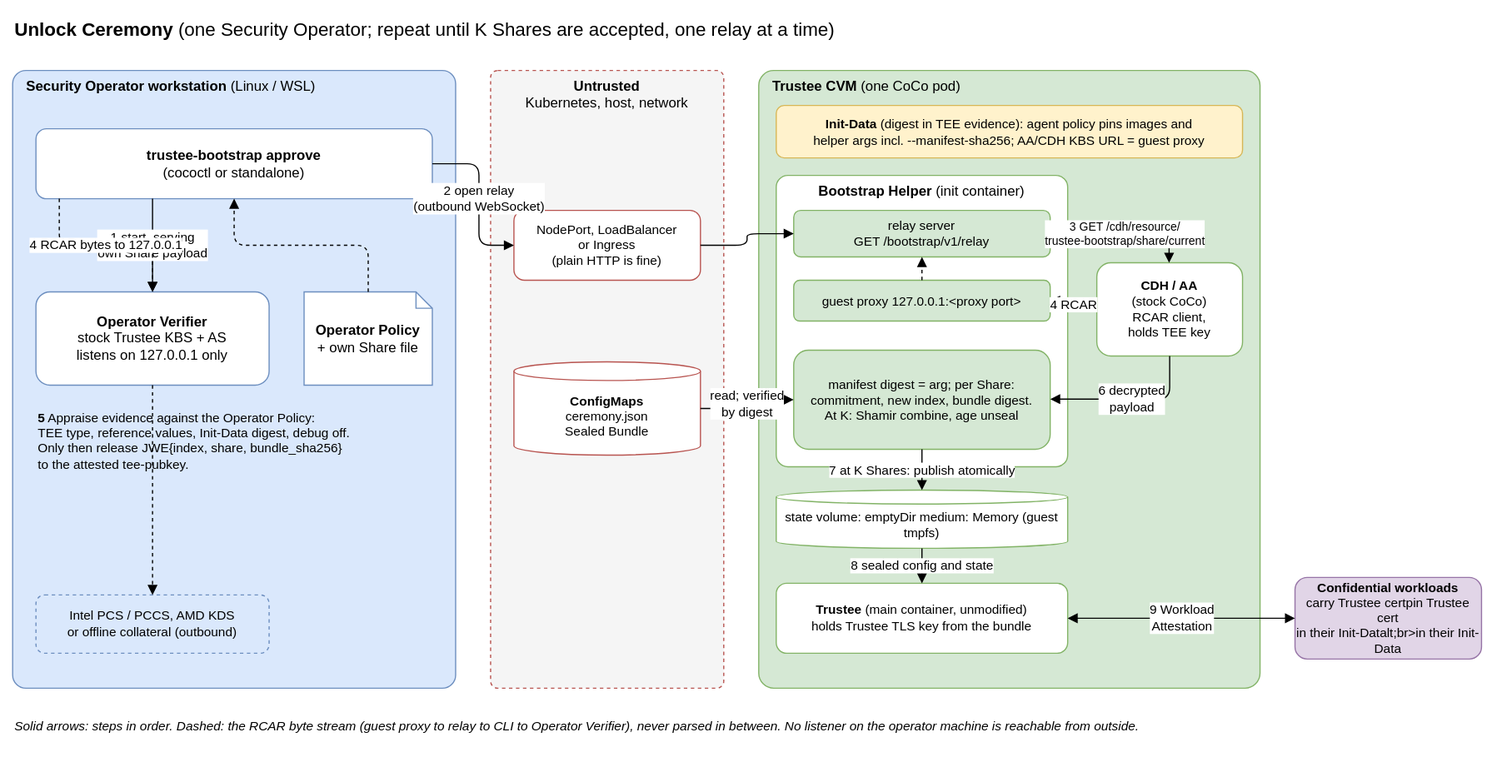
Above: docs/diagrams/unlock-ceremony.drawio.svg in bpradipt/trustee-bootstrap (draw.io), before the change. Source tidied: cells renumbered, new cells last; positions are measured from the earlier drawing's top-left corner, leaving out a move shared by most shapes.
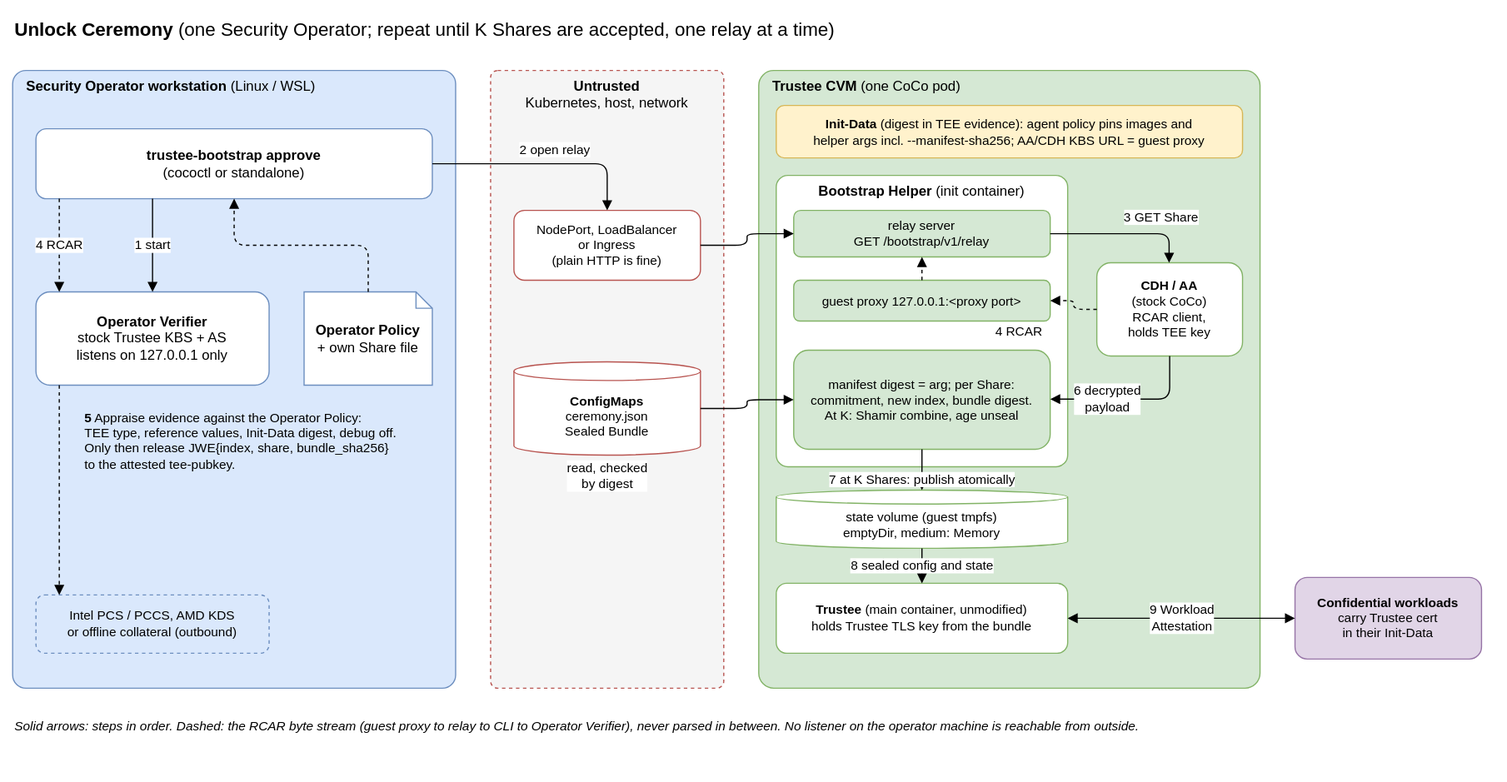
After the commit.

Commit message:
Stop step labels overlapping in the Unlock Ceremony diagram

Diff of the diagram source:
```diff
@@ -18,7 +18,7 @@
       <mxGeometry x="250" y="240" width="110" height="80" as="geometry" />
     </mxCell>
     <mxCell id="7" value="&lt;b&gt;5&lt;/b&gt; Appraise evidence against the Operator Policy:&lt;br&gt;TEE type, reference values, Init-Data digest, debug off.&lt;br&gt;Only then release JWE{index, share, bundle_sha256}&lt;br&gt;to the attested tee-pubkey." style="text;html=1;align=left;verticalAlign=top;whiteSpace=wrap;fontSize=11;" parent="1" vertex="1">
-      <mxGeometry x="20" y="335" width="340" height="75" as="geometry" />
+      <mxGeometry x="60" y="335" width="300" height="80" as="geometry" />
     </mxCell>
     <mxCell id="8" value="Intel PCS / PCCS, AMD KDS&lt;br&gt;or offline collateral (outbound)" style="rounded=1;dashed=1;whiteSpace=wrap;html=1;fillColor=none;strokeColor=#6c8ebf;fontSize=11;" parent="1" vertex="1">
       <mxGeometry x="20" y="500" width="200" height="50" as="geometry" />
@@ -53,19 +53,19 @@
     <mxCell id="18" value="&lt;b&gt;CDH / AA&lt;/b&gt;&lt;br&gt;(stock CoCo)&lt;br&gt;RCAR client,&lt;br&gt;holds TEE key" style="rounded=1;whiteSpace=wrap;html=1;fillColor=#ffffff;strokeColor=#82b366;fontSize=11;" parent="1" vertex="1">
       <mxGeometry x="930" y="215" width="125" height="80" as="geometry" />
     </mxCell>
-    <mxCell id="19" value="state volume: emptyDir medium: Memory (guest tmpfs)" style="shape=cylinder3;boundedLbl=1;size=6;whiteSpace=wrap;html=1;fillColor=#ffffff;strokeColor=#82b366;fontSize=11;" parent="1" vertex="1">
+    <mxCell id="19" value="state volume (guest tmpfs)&lt;br&gt;emptyDir, medium: Memory" style="shape=cylinder3;boundedLbl=1;size=6;whiteSpace=wrap;html=1;fillColor=#ffffff;strokeColor=#82b366;fontSize=11;" parent="1" vertex="1">
       <mxGeometry x="655" y="410" width="250" height="50" as="geometry" />
     </mxCell>
     <mxCell id="20" value="&lt;b&gt;Trustee&lt;/b&gt; (main container, unmodified)&lt;br&gt;holds Trustee TLS key from the bundle" style="rounded=1;whiteSpace=wrap;html=1;fillColor=#ffffff;strokeColor=#82b366;fontSize=11;" parent="1" vertex="1">
       <mxGeometry x="655" y="490" width="250" height="60" as="geometry" />
     </mxCell>
-    <mxCell id="21" value="&lt;b&gt;Confidential workloads&lt;/b&gt;&lt;br&gt;carry Trustee certpin Trustee cert&lt;br&gt;in their Init-Datalt;br&gt;in their Init-Data" style="rounded=1;whiteSpace=wrap;html=1;fillColor=#e1d5e7;strokeColor=#9673a6;fontSize=11;" parent="1" vertex="1">
+    <mxCell id="21" value="&lt;b&gt;Confidential workloads&lt;/b&gt;&lt;br&gt;carry Trustee cert&lt;br&gt;in their Init-Data" style="rounded=1;whiteSpace=wrap;html=1;fillColor=#e1d5e7;strokeColor=#9673a6;fontSize=11;" parent="1" vertex="1">
       <mxGeometry x="1100" y="485" width="160" height="70" as="geometry" />
     </mxCell>
     <mxCell id="22" value="Solid arrows: steps in order. Dashed: the RCAR byte stream (guest proxy to relay to CLI to Operator Verifier), never parsed in between. No listener on the operator machine is reachable from outside." style="text;html=1;align=left;verticalAlign=top;whiteSpace=wrap;fontSize=11;fontStyle=2;" parent="1" vertex="1">
       <mxGeometry y="600" width="1260" height="40" as="geometry" />
     </mxCell>
-    <mxCell id="23" value="1 start, serving&lt;br&gt;own Share payload" style="edgeStyle=orthogonalEdgeStyle;rounded=1;html=1;fontSize=11;endArrow=block;" parent="1" edge="1" source="4" target="5">
+    <mxCell id="23" value="1 start" style="edgeStyle=orthogonalEdgeStyle;rounded=1;html=1;fontSize=11;endArrow=block;labelBackgroundColor=#ffffff;" parent="1" edge="1" source="4" target="5">
       <mxGeometry relative="1" as="geometry">
         <Array as="points">
           <mxPoint x="120" y="200" />
@@ -75,52 +75,55 @@
     <mxCell id="24" style="edgeStyle=orthogonalEdgeStyle;rounded=1;html=1;endArrow=block;dashed=1;" parent="1" edge="1" source="6" target="4">
       <mxGeometry relative="1" as="geometry" />
     </mxCell>
-    <mxCell id="25" value="2 open relay&lt;br&gt;(outbound WebSocket)" style="edgeStyle=orthogonalEdgeStyle;rounded=1;html=1;fontSize=11;endArrow=block;" parent="1" edge="1" source="4" target="10">
-      <mxGeometry relative="1" as="geometry">
+    <mxCell id="25" value="2 open relay" style="edgeStyle=orthogonalEdgeStyle;rounded=1;html=1;fontSize=11;endArrow=block;labelBackgroundColor=#ffffff;" parent="1" edge="1" source="4" target="10">
+      <mxGeometry x="0.1" relative="1" as="geometry">
         <Array as="points">
-          <mxPoint x="400" y="130" />
-          <mxPoint x="400" y="200" />
+          <mxPoint x="510" y="130" />
         </Array>
+        <mxPoint y="-12" as="offset" />
       </mxGeometry>
     </mxCell>
     <mxCell id="26" style="edgeStyle=orthogonalEdgeStyle;rounded=1;html=1;endArrow=block;" parent="1" edge="1" source="10" target="15">
       <mxGeometry relative="1" as="geometry" />
     </mxCell>
-    <mxCell id="27" value="3 GET /cdh/resource/&lt;br&gt;trustee-bootstrap/share/current" style="edgeStyle=orthogonalEdgeStyle;rounded=1;html=1;fontSize=10;endArrow=block;labelBackgroundColor=#ffffff;" parent="1" edge="1" source="15" target="18">
-      <mxGeometry relative="1" as="geometry">
+    <mxCell id="27" value="3 GET Share" style="edgeStyle=orthogonalEdgeStyle;rounded=1;html=1;fontSize=11;endArrow=block;labelBackgroundColor=#ffffff;" parent="1" edge="1" source="15" target="18">
+      <mxGeometry x="0.5" relative="1" as="geometry">
         <Array as="points">
           <mxPoint x="992" y="190" />
         </Array>
+        <mxPoint y="-14" as="offset" />
       </mxGeometry>
     </mxCell>
     <mxCell id="28" value="4 RCAR" style="edgeStyle=orthogonalEdgeStyle;rounded=1;html=1;fontSize=11;endArrow=block;dashed=1;labelBackgroundColor=#ffffff;" parent="1" edge="1" source="18" target="16">
-      <mxGeometry relative="1" as="geometry" />
+      <mxGeometry x="0.9" relative="1" as="geometry">
+        <mxPoint x="-30" y="26" as="offset" />
+      </mxGeometry>
     </mxCell>
     <mxCell id="29" style="html=1;endArrow=block;dashed=1;" parent="1" edge="1" source="16" target="15">
       <mxGeometry relative="1" as="geometry" />
     </mxCell>
-    <mxCell id="30" value="4 RCAR bytes to 127.0.0.1" style="edgeStyle=orthogonalEdgeStyle;rounded=1;html=1;fontSize=11;endArrow=block;dashed=1;labelBackgroundColor=#ffffff;" parent="1" edge="1" source="4" target="5">
-      <mxGeometry relative="1" as="geometry">
-        <Array as="points">
-          <mxPoint x="40" y="200" />
-        </Array>
-      </mxGeometry>
+    <mxCell id="30" value="4 RCAR" style="edgeStyle=orthogonalEdgeStyle;rounded=1;html=1;fontSize=11;endArrow=block;dashed=1;labelBackgroundColor=#ffffff;exitX=0.0588;exitY=1;exitDx=0;exitDy=0;entryX=0.1;entryY=0;entryDx=0;entryDy=0;" parent="1" edge="1" source="4" target="5">
+      <mxGeometry relative="1" as="geometry" />
     </mxCell>
-    <mxCell id="31" style="edgeStyle=orthogonalEdgeStyle;rounded=1;html=1;endArrow=block;dashed=1;" parent="1" edge="1" source="5" target="8">
+    <mxCell id="31" style="edgeStyle=orthogonalEdgeStyle;rounded=1;html=1;endArrow=block;dashed=1;exitX=0.1;exitY=1;exitDx=0;exitDy=0;entryX=0.1;entryY=0;entryDx=0;entryDy=0;" parent="1" edge="1" source="5" target="8">
       <mxGeometry relative="1" as="geometry" />
     </mxCell>
     <mxCell id="32" value="6 decrypted&lt;br&gt;payload" style="edgeStyle=orthogonalEdgeStyle;rounded=1;html=1;fontSize=11;endArrow=block;labelBackgroundColor=#ffffff;" parent="1" edge="1" source="18" target="17">
-      <mxGeometry relative="1" as="geometry">
+      <mxGeometry x="0.3" relative="1" as="geometry">
         <Array as="points">
           <mxPoint x="992" y="332" />
         </Array>
       </mxGeometry>
     </mxCell>
-    <mxCell id="33" value="read; verified&lt;br&gt;by digest" style="edgeStyle=orthogonalEdgeStyle;rounded=1;html=1;fontSize=11;endArrow=block;labelBackgroundColor=#ffffff;" parent="1" edge="1" source="11" target="17">
-      <mxGeometry relative="1" as="geometry" />
+    <mxCell id="33" value="read, checked&lt;br&gt;by digest" style="edgeStyle=orthogonalEdgeStyle;rounded=1;html=1;fontSize=11;endArrow=block;labelBackgroundColor=#ffffff;" parent="1" edge="1" source="11" target="17">
+      <mxGeometry x="-1" relative="1" as="geometry">
+        <mxPoint x="-80" y="58" as="offset" />
+      </mxGeometry>
     </mxCell>
     <mxCell id="34" value="7 at K Shares: publish atomically" style="html=1;fontSize=11;endArrow=block;labelBackgroundColor=#ffffff;" parent="1" edge="1" source="17" target="19">
-      <mxGeometry relative="1" as="geometry" />
+      <mxGeometry relative="1" as="geometry">
+        <mxPoint y="8" as="offset" />
+      </mxGeometry>
     </mxCell>
     <mxCell id="35" value="8 sealed config and state" style="html=1;fontSize=11;endArrow=block;labelBackgroundColor=#ffffff;" parent="1" edge="1" source="19" target="20">
       <mxGeometry relative="1" as="geometry" />
```
